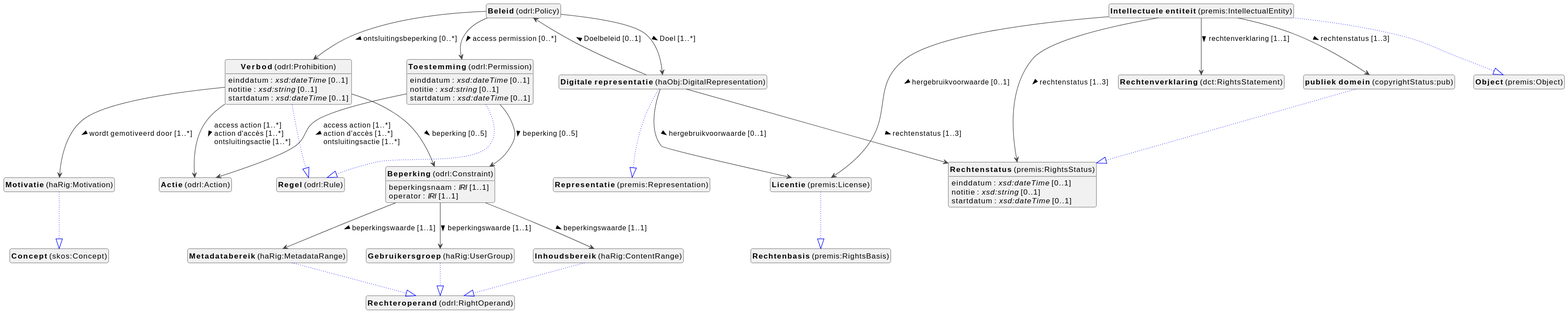
Above: docs/metadata/knowledge-graph/1.1.0/rights/nl/rights-diagram.svg in viaacode/documentation (PlantUML), before the change. The source it was exported from:
```plantuml
@startuml
!theme vibrant
skinparam classFontSize 14
!define LIGHTORANGE
skinparam componentStyle uml2
skinparam wrapMessageWidth 1000
skinparam wrapWidth 1000
skinparam shadowing false
skinparam ArrowMessageAlignment left
top to bottom direction


class "<b>Actie</b> (odrl:Action)" as odrl_Action [[#odrl%3AAction]]
class "<b>Beleid</b> (odrl:Policy)" as odrl_Policy [[#odrl%3APolicy]]
class "<b>Beperking</b> (odrl:Constraint)" as odrl_Constraint [[#odrl%3AConstraint]]
class "<b>Concept</b> (skos:Concept)" as skos_Concept [[#skos%3AConcept]]
class "<b>Digitale representatie</b> (haObj:DigitalRepresentation)" as haObj_DigitalRepresentation [[#haObj%3ADigitalRepresentation]]
class "<b>Representatie</b> (premis:Representation)" as premis_Representation [[#premis%3ARepresentation]]
class "<b>Gebruikersgroep</b> (haRig:UserGroup)" as haRig_UserGroup [[#haRig%3AUserGroup]]
class "<b>Rechteroperand</b> (odrl:RightOperand)" as odrl_RightOperand [[#odrl%3ARightOperand]]
class "<b>Inhoudsbereik</b> (haRig:ContentRange)" as haRig_ContentRange [[#haRig%3AContentRange]]
class "<b>Rechteroperand</b> (odrl:RightOperand)" as odrl_RightOperand [[#odrl%3ARightOperand]]
class "<b>Intellectuele entiteit</b> (premis:IntellectualEntity)" as premis_IntellectualEntity [[#premis%3AIntellectualEntity]]
class "<b>Object</b> (premis:Object)" as premis_Object [[#premis%3AObject]]
class "<b>Licentie</b> (premis:License)" as premis_License [[#premis%3ALicense]]
class "<b>Rechtenbasis</b> (premis:RightsBasis)" as premis_RightsBasis [[#premis%3ARightsBasis]]
class "<b>Metadatabereik</b> (haRig:MetadataRange)" as haRig_MetadataRange [[#haRig%3AMetadataRange]]
class "<b>Rechteroperand</b> (odrl:RightOperand)" as odrl_RightOperand [[#odrl%3ARightOperand]]
class "<b>Motivatie</b> (haRig:Motivation)" as haRig_Motivation [[#haRig%3AMotivation]]
class "<b>Concept</b> (skos:Concept)" as skos_Concept [[#skos%3AConcept]]
class "<b>Rechtenstatus</b> (premis:RightsStatus)" as premis_RightsStatus [[#premis%3ARightsStatus]]
class "<b>Rechtenverklaring</b> (dct:RightsStatement)" as dct_RightsStatement [[#dct%3ARightsStatement]]
class "<b>Toestemming</b> (odrl:Permission)" as odrl_Permission [[#odrl%3APermission]]
class "<b>Regel</b> (odrl:Rule)" as odrl_Rule [[#odrl%3ARule]]
class "<b>Verbod</b> (odrl:Prohibition)" as odrl_Prohibition [[#odrl%3AProhibition]]
class "<b>Regel</b> (odrl:Rule)" as odrl_Rule [[#odrl%3ARule]]
class "<b>publiek domein</b> (copyrightStatus:pub)" as copyrightStatus_pub [[#copyrightStatus%3Apub]]
class "<b>Rechtenstatus</b> (premis:RightsStatus)" as premis_RightsStatus [[#premis%3ARightsStatus]]




odrl_Policy --> haObj_DigitalRepresentation :Doel [1..*]  >
odrl_Policy --> odrl_Permission :access permission [0..*]  >
odrl_Policy --> odrl_Prohibition :ontsluitingsbeperking [0..*]  >


odrl_Constraint : beperkingsnaam : <i>IRI</i> [1..1]
odrl_Constraint : operator : <i>IRI</i> [1..1]

odrl_Constraint --> haRig_ContentRange :beperkingswaarde [1..1]  >
odrl_Constraint --> haRig_MetadataRange :beperkingswaarde [1..1]  >
odrl_Constraint --> haRig_UserGroup :beperkingswaarde [1..1]  >



haObj_DigitalRepresentation --|> premis_Representation #blue;line.dotted;text:blue

haObj_DigitalRepresentation --> odrl_Policy :Doelbeleid [0..1]  >
haObj_DigitalRepresentation --> premis_License :hergebruikvoorwaarde [0..1]  >
haObj_DigitalRepresentation --> premis_RightsStatus :rechtenstatus [1..3]  >

haRig_UserGroup --|> odrl_RightOperand #blue;line.dotted;text:blue


haRig_ContentRange --|> odrl_RightOperand #blue;line.dotted;text:blue


premis_IntellectualEntity --|> premis_Object #blue;line.dotted;text:blue

premis_IntellectualEntity --> copyrightStatus_pub :rechtenstatus [1..3]  >
premis_IntellectualEntity --> dct_RightsStatement :rechtenverklaring [1..1]  >
premis_IntellectualEntity --> premis_License :hergebruikvoorwaarde [0..1]  >
premis_IntellectualEntity --> premis_RightsStatus :rechtenstatus [1..3]  >

premis_License --|> premis_RightsBasis #blue;line.dotted;text:blue


haRig_MetadataRange --|> odrl_RightOperand #blue;line.dotted;text:blue


haRig_Motivation --|> skos_Concept #blue;line.dotted;text:blue



premis_RightsStatus : einddatum : <i>xsd:dateTime</i> [0..1]
premis_RightsStatus : notitie : <i>xsd:string</i> [0..1]
premis_RightsStatus : startdatum : <i>xsd:dateTime</i> [0..1]





odrl_Permission --|> odrl_Rule #blue;line.dotted;text:blue

odrl_Permission : einddatum : <i>xsd:dateTime</i> [0..1]
odrl_Permission : notitie : <i>xsd:string</i> [0..1]
odrl_Permission : startdatum : <i>xsd:dateTime</i> [0..1]
odrl_Permission --> odrl_Action :access action [1..*]  \laction d'accès [1..*]  \lontsluitingsactie [1..*]  >
odrl_Permission --> odrl_Constraint :beperking [0..5]  >



odrl_Prohibition --|> odrl_Rule #blue;line.dotted;text:blue

odrl_Prohibition : einddatum : <i>xsd:dateTime</i> [0..1]
odrl_Prohibition : notitie : <i>xsd:string</i> [0..1]
odrl_Prohibition : startdatum : <i>xsd:dateTime</i> [0..1]
odrl_Prohibition --> haRig_Motivation :wordt gemotiveerd door [1..*]  >
odrl_Prohibition --> odrl_Action :access action [1..*]  \laction d'accès [1..*]  \lontsluitingsactie [1..*]  >
odrl_Prohibition --> odrl_Constraint :beperking [0..5]  >



copyrightStatus_pub --|> premis_RightsStatus #blue;line.dotted;text:blue



hide circle
hide methods
hide empty members
@enduml
```
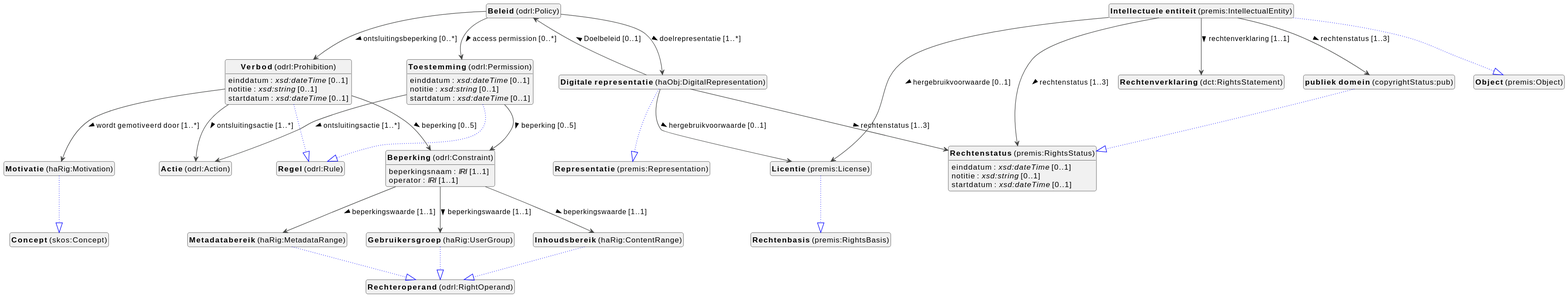
Later version of the same file.

What changed in the source:
```diff
@@ -40,7 +40,7 @@
 
 
 
-odrl_Policy --> haObj_DigitalRepresentation :Doel [1..*]  >
+odrl_Policy --> haObj_DigitalRepresentation :doelrepresentatie [1..*]  >
 odrl_Policy --> odrl_Permission :access permission [0..*]  >
 odrl_Policy --> odrl_Prohibition :ontsluitingsbeperking [0..*]  >
 
@@ -96,7 +96,7 @@
 odrl_Permission : einddatum : <i>xsd:dateTime</i> [0..1]
 odrl_Permission : notitie : <i>xsd:string</i> [0..1]
 odrl_Permission : startdatum : <i>xsd:dateTime</i> [0..1]
-odrl_Permission --> odrl_Action :access action [1..*]  \laction d'accès [1..*]  \lontsluitingsactie [1..*]  >
+odrl_Permission --> odrl_Action :ontsluitingsactie [1..*]  >
 odrl_Permission --> odrl_Constraint :beperking [0..5]  >
 
 
@@ -107,7 +107,7 @@
 odrl_Prohibition : notitie : <i>xsd:string</i> [0..1]
 odrl_Prohibition : startdatum : <i>xsd:dateTime</i> [0..1]
 odrl_Prohibition --> haRig_Motivation :wordt gemotiveerd door [1..*]  >
-odrl_Prohibition --> odrl_Action :access action [1..*]  \laction d'accès [1..*]  \lontsluitingsactie [1..*]  >
+odrl_Prohibition --> odrl_Action :ontsluitingsactie [1..*]  >
 odrl_Prohibition --> odrl_Constraint :beperking [0..5]  >
 
 
```
